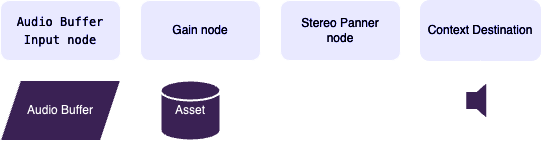
Canardoux/tau.sav keeps this draw.io diagram as tau_rust/example/lib/MozillaEx/audio_buffer/MozillaEx_AudioBuffer_graph.png. Above is the earlier version. Source tidied: cells renumbered, new cells last; positions are measured from the earlier drawing's top-left corner, leaving out a move shared by most shapes.
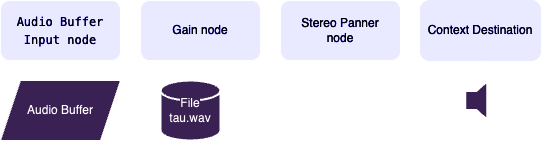
After the commit.

Diff of the diagram source:
```diff
@@ -23,7 +23,7 @@
     <mxCell id="8" style="endArrow=classic;html=1;rounded=0;exitX=1;exitY=0.5;exitDx=0;exitDy=0;entryX=0;entryY=0.5;entryDx=0;entryDy=0;" parent="1" edge="1" source="4" target="5">
       <mxGeometry relative="1" as="geometry" />
     </mxCell>
-    <mxCell id="9" value="&lt;span style=&quot;background-color: rgb(229, 204, 255);&quot;&gt;Asset&lt;/span&gt;" style="strokeWidth=2;html=1;shape=mxgraph.flowchart.database;whiteSpace=wrap;fillColor=#E5CCFF;" parent="1" vertex="1">
+    <mxCell id="9" value="&lt;span style=&quot;background-color: rgb(229, 204, 255);&quot;&gt;File&lt;/span&gt;&lt;div&gt;&lt;span style=&quot;background-color: rgb(229, 204, 255);&quot;&gt;tau.wav&lt;/span&gt;&lt;/div&gt;" style="strokeWidth=2;html=1;shape=mxgraph.flowchart.database;whiteSpace=wrap;fillColor=#E5CCFF;" parent="1" vertex="1">
       <mxGeometry x="160" y="80" width="60" height="60" as="geometry" />
     </mxCell>
     <mxCell id="10" style="endArrow=classic;html=1;rounded=0;entryX=0.5;entryY=1;entryDx=0;entryDy=0;" parent="1" edge="1" target="2">
```
